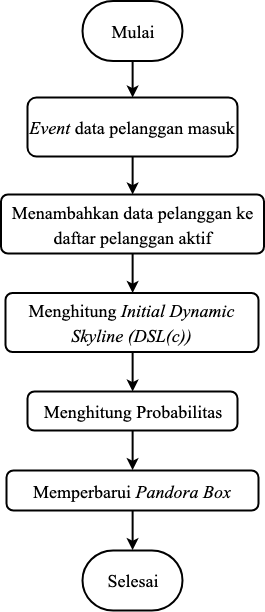
Above: buku/assets/img/bab3/flowchart-ci.png in mocatfrio/thesis-code (draw.io), before the change. Source tidied: cells renumbered, new cells last; positions are measured from the earlier drawing's top-left corner, leaving out a move shared by most shapes. The source it was exported from:
```xml
<mxGraphModel>
  <root>
    <mxCell id="0" />
    <mxCell id="1" parent="0" />
    <mxCell id="2" style="group;" parent="1" vertex="1">
      <mxGeometry x="-0.5" y="-0.5" width="263" height="609.5" as="geometry" />
    </mxCell>
    <mxCell id="3" value="&lt;font style=&quot;font-size: 18px&quot;&gt;Mulai&lt;/font&gt;&lt;br&gt;" style="strokeWidth=2;html=1;shape=mxgraph.flowchart.terminator;whiteSpace=wrap;fontFamily=Times New Roman;fontSize=31;verticalAlign=top;" parent="2" vertex="1">
      <mxGeometry x="81.5" width="100" height="60" as="geometry" />
    </mxCell>
    <mxCell id="4" value="&lt;span style=&quot;font-size: 18px&quot;&gt;Memperbarui&amp;nbsp;&lt;i&gt;Pandora Box&lt;/i&gt;&lt;/span&gt;&lt;br&gt;" style="rounded=1;whiteSpace=wrap;html=1;absoluteArcSize=1;arcSize=14;strokeWidth=2;fontFamily=Times New Roman;fontSize=21;" parent="2" vertex="1">
      <mxGeometry x="5.5" y="469.5" width="252" height="40" as="geometry" />
    </mxCell>
    <mxCell id="5" value="&lt;font style=&quot;font-size: 18px&quot;&gt;Selesai&lt;/font&gt;&lt;br&gt;" style="strokeWidth=2;html=1;shape=mxgraph.flowchart.terminator;whiteSpace=wrap;fontFamily=Times New Roman;fontSize=31;verticalAlign=top;" parent="2" vertex="1">
      <mxGeometry x="81.5" y="549.5" width="100" height="60" as="geometry" />
    </mxCell>
    <mxCell id="6" style="edgeStyle=orthogonalEdgeStyle;rounded=0;jettySize=auto;html=1;entryX=0.5;entryY=0;entryDx=0;entryDy=0;entryPerimeter=0;strokeWidth=2;" parent="2" edge="1" source="4" target="5">
      <mxGeometry relative="1" as="geometry" />
    </mxCell>
    <mxCell id="7" value="&lt;span style=&quot;font-size: 18px&quot;&gt;&lt;i&gt;Event &lt;/i&gt;data pelanggan masuk&lt;/span&gt;" style="rounded=1;whiteSpace=wrap;html=1;absoluteArcSize=1;arcSize=18;strokeWidth=2;fontFamily=Times New Roman;fontSize=21;" parent="2" vertex="1">
      <mxGeometry x="26.5" y="96.5" width="210" height="59" as="geometry" />
    </mxCell>
    <mxCell id="8" style="edgeStyle=orthogonalEdgeStyle;rounded=0;jettySize=auto;html=1;strokeWidth=2;" parent="2" edge="1" source="3" target="7">
      <mxGeometry relative="1" as="geometry" />
    </mxCell>
    <mxCell id="9" value="&lt;span style=&quot;font-size: 18px&quot;&gt;Menambahkan data pelanggan ke daftar pelanggan aktif&lt;/span&gt;" style="rounded=1;whiteSpace=wrap;html=1;absoluteArcSize=1;arcSize=14;strokeWidth=2;fontFamily=Times New Roman;fontSize=21;" parent="2" vertex="1">
      <mxGeometry y="193.5" width="263" height="59" as="geometry" />
    </mxCell>
    <mxCell id="10" style="edgeStyle=orthogonalEdgeStyle;rounded=0;jettySize=auto;html=1;strokeWidth=2;" parent="2" edge="1" source="7" target="9">
      <mxGeometry relative="1" as="geometry" />
    </mxCell>
    <mxCell id="11" value="&lt;span style=&quot;font-size: 18px&quot;&gt;Menghitung&amp;nbsp;&lt;i&gt;Initial Dynamic Skyline (DSL(c))&lt;/i&gt;&lt;/span&gt;" style="rounded=1;whiteSpace=wrap;html=1;absoluteArcSize=1;arcSize=14;strokeWidth=2;fontFamily=Times New Roman;fontSize=21;" parent="2" vertex="1">
      <mxGeometry x="4.5" y="292" width="253" height="59" as="geometry" />
    </mxCell>
    <mxCell id="12" style="edgeStyle=orthogonalEdgeStyle;rounded=0;jettySize=auto;html=1;strokeWidth=2;" parent="2" edge="1" source="9" target="11">
      <mxGeometry relative="1" as="geometry" />
    </mxCell>
    <mxCell id="13" style="edgeStyle=orthogonalEdgeStyle;rounded=0;jettySize=auto;html=1;entryX=0.5;entryY=0;entryDx=0;entryDy=0;strokeWidth=2;" parent="2" edge="1" source="14" target="4">
      <mxGeometry relative="1" as="geometry" />
    </mxCell>
    <mxCell id="14" value="&lt;span style=&quot;font-size: 18px&quot;&gt;Menghitung&amp;nbsp;Probabilitas&lt;/span&gt;" style="rounded=1;whiteSpace=wrap;html=1;absoluteArcSize=1;arcSize=14;strokeWidth=2;fontFamily=Times New Roman;fontSize=21;" parent="2" vertex="1">
      <mxGeometry x="26.5" y="390.5" width="210" height="39" as="geometry" />
    </mxCell>
    <mxCell id="15" style="edgeStyle=orthogonalEdgeStyle;rounded=0;jettySize=auto;html=1;strokeWidth=2;" parent="2" edge="1" source="11" target="14">
      <mxGeometry relative="1" as="geometry" />
    </mxCell>
  </root>
</mxGraphModel>
```
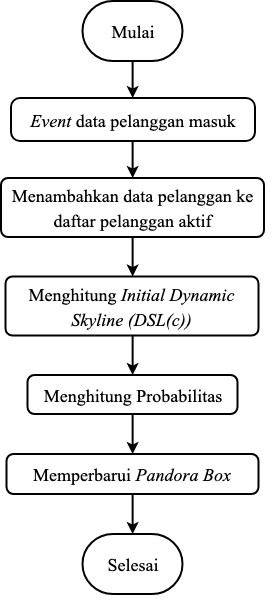
The same diagram one commit later.

Commit message:
tambah gambar flow

Change to the diagram source:
```diff
@@ -3,46 +3,49 @@
     <mxCell id="0" />
     <mxCell id="1" parent="0" />
     <mxCell id="2" style="group;" parent="1" vertex="1">
-      <mxGeometry x="-0.5" y="-0.5" width="263" height="609.5" as="geometry" />
+      <mxGeometry x="-0.5" y="-0.5" width="271" height="609.5" as="geometry" />
     </mxCell>
-    <mxCell id="3" value="&lt;font style=&quot;font-size: 18px&quot;&gt;Mulai&lt;/font&gt;&lt;br&gt;" style="strokeWidth=2;html=1;shape=mxgraph.flowchart.terminator;whiteSpace=wrap;fontFamily=Times New Roman;fontSize=31;verticalAlign=top;" parent="2" vertex="1">
-      <mxGeometry x="81.5" width="100" height="60" as="geometry" />
+    <mxCell id="3" style="group;" parent="2" vertex="1">
+      <mxGeometry width="271" height="609.5" as="geometry" />
     </mxCell>
-    <mxCell id="4" value="&lt;span style=&quot;font-size: 18px&quot;&gt;Memperbarui&amp;nbsp;&lt;i&gt;Pandora Box&lt;/i&gt;&lt;/span&gt;&lt;br&gt;" style="rounded=1;whiteSpace=wrap;html=1;absoluteArcSize=1;arcSize=14;strokeWidth=2;fontFamily=Times New Roman;fontSize=21;" parent="2" vertex="1">
-      <mxGeometry x="5.5" y="469.5" width="252" height="40" as="geometry" />
+    <mxCell id="4" value="&lt;font style=&quot;font-size: 18px&quot;&gt;Mulai&lt;/font&gt;&lt;br&gt;" style="strokeWidth=2;html=1;shape=mxgraph.flowchart.terminator;whiteSpace=wrap;fontFamily=Times New Roman;fontSize=31;verticalAlign=top;" parent="3" vertex="1">
+      <mxGeometry x="81.5" width="100" height="60" as="geometry" />
     </mxCell>
-    <mxCell id="5" value="&lt;font style=&quot;font-size: 18px&quot;&gt;Selesai&lt;/font&gt;&lt;br&gt;" style="strokeWidth=2;html=1;shape=mxgraph.flowchart.terminator;whiteSpace=wrap;fontFamily=Times New Roman;fontSize=31;verticalAlign=top;" parent="2" vertex="1">
-      <mxGeometry x="81.5" y="549.5" width="100" height="60" as="geometry" />
+    <mxCell id="5" value="&lt;span style=&quot;font-size: 18px&quot;&gt;Memperbarui&amp;nbsp;&lt;i&gt;Pandora Box&lt;/i&gt;&lt;/span&gt;&lt;br&gt;" style="rounded=1;whiteSpace=wrap;html=1;absoluteArcSize=1;arcSize=14;strokeWidth=2;fontFamily=Times New Roman;fontSize=21;" parent="3" vertex="1">
+      <mxGeometry x="5.5" y="453" width="252" height="40" as="geometry" />
     </mxCell>
-    <mxCell id="6" style="edgeStyle=orthogonalEdgeStyle;rounded=0;jettySize=auto;html=1;entryX=0.5;entryY=0;entryDx=0;entryDy=0;entryPerimeter=0;strokeWidth=2;" parent="2" edge="1" source="4" target="5">
-      <mxGeometry relative="1" as="geometry" />
+    <mxCell id="6" value="&lt;font style=&quot;font-size: 18px&quot;&gt;Selesai&lt;/font&gt;&lt;br&gt;" style="strokeWidth=2;html=1;shape=mxgraph.flowchart.terminator;whiteSpace=wrap;fontFamily=Times New Roman;fontSize=31;verticalAlign=top;" parent="3" vertex="1">
+      <mxGeometry x="81.5" y="533" width="100" height="60" as="geometry" />
     </mxCell>
-    <mxCell id="7" value="&lt;span style=&quot;font-size: 18px&quot;&gt;&lt;i&gt;Event &lt;/i&gt;data pelanggan masuk&lt;/span&gt;" style="rounded=1;whiteSpace=wrap;html=1;absoluteArcSize=1;arcSize=18;strokeWidth=2;fontFamily=Times New Roman;fontSize=21;" parent="2" vertex="1">
-      <mxGeometry x="26.5" y="96.5" width="210" height="59" as="geometry" />
+    <mxCell id="7" style="edgeStyle=orthogonalEdgeStyle;rounded=0;jettySize=auto;html=1;entryX=0.5;entryY=0;entryDx=0;entryDy=0;entryPerimeter=0;strokeWidth=2;" parent="3" edge="1" source="5" target="6">
+      <mxGeometry relative="1" as="geometry" />
     </mxCell>
-    <mxCell id="8" style="edgeStyle=orthogonalEdgeStyle;rounded=0;jettySize=auto;html=1;strokeWidth=2;" parent="2" edge="1" source="3" target="7">
-      <mxGeometry relative="1" as="geometry" />
+    <mxCell id="8" value="&lt;span style=&quot;font-size: 18px&quot;&gt;&lt;i&gt;Event &lt;/i&gt;data pelanggan masuk&lt;/span&gt;" style="rounded=1;whiteSpace=wrap;html=1;absoluteArcSize=1;arcSize=18;strokeWidth=2;fontFamily=Times New Roman;fontSize=21;" parent="3" vertex="1">
+      <mxGeometry x="10" y="97" width="244" height="43" as="geometry" />
     </mxCell>
-    <mxCell id="9" value="&lt;span style=&quot;font-size: 18px&quot;&gt;Menambahkan data pelanggan ke daftar pelanggan aktif&lt;/span&gt;" style="rounded=1;whiteSpace=wrap;html=1;absoluteArcSize=1;arcSize=14;strokeWidth=2;fontFamily=Times New Roman;fontSize=21;" parent="2" vertex="1">
-      <mxGeometry y="193.5" width="263" height="59" as="geometry" />
+    <mxCell id="9" style="edgeStyle=orthogonalEdgeStyle;rounded=0;jettySize=auto;html=1;strokeWidth=2;" parent="3" edge="1" source="4" target="8">
+      <mxGeometry relative="1" as="geometry" />
     </mxCell>
-    <mxCell id="10" style="edgeStyle=orthogonalEdgeStyle;rounded=0;jettySize=auto;html=1;strokeWidth=2;" parent="2" edge="1" source="7" target="9">
-      <mxGeometry relative="1" as="geometry" />
+    <mxCell id="10" value="&lt;span style=&quot;font-size: 18px&quot;&gt;Menambahkan data pelanggan ke daftar pelanggan aktif&lt;/span&gt;" style="rounded=1;whiteSpace=wrap;html=1;absoluteArcSize=1;arcSize=14;strokeWidth=2;fontFamily=Times New Roman;fontSize=21;" parent="3" vertex="1">
+      <mxGeometry y="177" width="263" height="59" as="geometry" />
     </mxCell>
-    <mxCell id="11" value="&lt;span style=&quot;font-size: 18px&quot;&gt;Menghitung&amp;nbsp;&lt;i&gt;Initial Dynamic Skyline (DSL(c))&lt;/i&gt;&lt;/span&gt;" style="rounded=1;whiteSpace=wrap;html=1;absoluteArcSize=1;arcSize=14;strokeWidth=2;fontFamily=Times New Roman;fontSize=21;" parent="2" vertex="1">
-      <mxGeometry x="4.5" y="292" width="253" height="59" as="geometry" />
+    <mxCell id="11" style="edgeStyle=orthogonalEdgeStyle;rounded=0;jettySize=auto;html=1;strokeWidth=2;" parent="3" edge="1" source="8" target="10">
+      <mxGeometry relative="1" as="geometry" />
     </mxCell>
-    <mxCell id="12" style="edgeStyle=orthogonalEdgeStyle;rounded=0;jettySize=auto;html=1;strokeWidth=2;" parent="2" edge="1" source="9" target="11">
-      <mxGeometry relative="1" as="geometry" />
+    <mxCell id="12" value="&lt;span style=&quot;font-size: 18px&quot;&gt;Menghitung&amp;nbsp;&lt;i&gt;Initial Dynamic Skyline (DSL(c))&lt;/i&gt;&lt;/span&gt;" style="rounded=1;whiteSpace=wrap;html=1;absoluteArcSize=1;arcSize=14;strokeWidth=2;fontFamily=Times New Roman;fontSize=21;" parent="3" vertex="1">
+      <mxGeometry x="4.5" y="275.5" width="253" height="59" as="geometry" />
     </mxCell>
-    <mxCell id="13" style="edgeStyle=orthogonalEdgeStyle;rounded=0;jettySize=auto;html=1;entryX=0.5;entryY=0;entryDx=0;entryDy=0;strokeWidth=2;" parent="2" edge="1" source="14" target="4">
+    <mxCell id="13" style="edgeStyle=orthogonalEdgeStyle;rounded=0;jettySize=auto;html=1;strokeWidth=2;" parent="3" edge="1" source="10" target="12">
       <mxGeometry relative="1" as="geometry" />
     </mxCell>
-    <mxCell id="14" value="&lt;span style=&quot;font-size: 18px&quot;&gt;Menghitung&amp;nbsp;Probabilitas&lt;/span&gt;" style="rounded=1;whiteSpace=wrap;html=1;absoluteArcSize=1;arcSize=14;strokeWidth=2;fontFamily=Times New Roman;fontSize=21;" parent="2" vertex="1">
-      <mxGeometry x="26.5" y="390.5" width="210" height="39" as="geometry" />
+    <mxCell id="14" style="edgeStyle=orthogonalEdgeStyle;rounded=0;jettySize=auto;html=1;entryX=0.5;entryY=0;entryDx=0;entryDy=0;strokeWidth=2;" parent="3" edge="1" source="15" target="5">
+      <mxGeometry relative="1" as="geometry" />
     </mxCell>
-    <mxCell id="15" style="edgeStyle=orthogonalEdgeStyle;rounded=0;jettySize=auto;html=1;strokeWidth=2;" parent="2" edge="1" source="11" target="14">
-      <mxGeometry relative="1" as="geometry" />
+    <mxCell id="15" value="&lt;span style=&quot;font-size: 18px&quot;&gt;Menghitung&amp;nbsp;Probabilitas&lt;/span&gt;" style="rounded=1;whiteSpace=wrap;html=1;absoluteArcSize=1;arcSize=14;strokeWidth=2;fontFamily=Times New Roman;fontSize=21;" parent="3" vertex="1">
+      <mxGeometry x="26.5" y="374" width="210" height="39" as="geometry" />
     </mxCell>
+    <mxCell id="16" style="edgeStyle=orthogonalEdgeStyle;rounded=0;jettySize=auto;html=1;strokeWidth=2;" parent="3" edge="1" source="12" target="15">
+      <mxGeometry relative="1" as="geometry" />
+    </mxCell>
   </root>
 </mxGraphModel>
```
